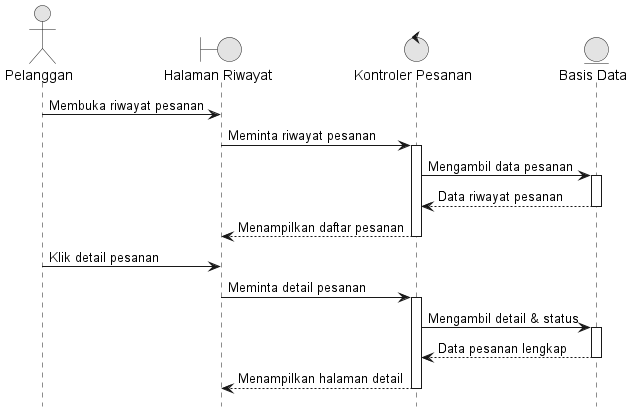
Before: docs/diagrams/05_Lacak_Pesanan.png, a diagram exported from PlantUML (Reyonl/project_TA).
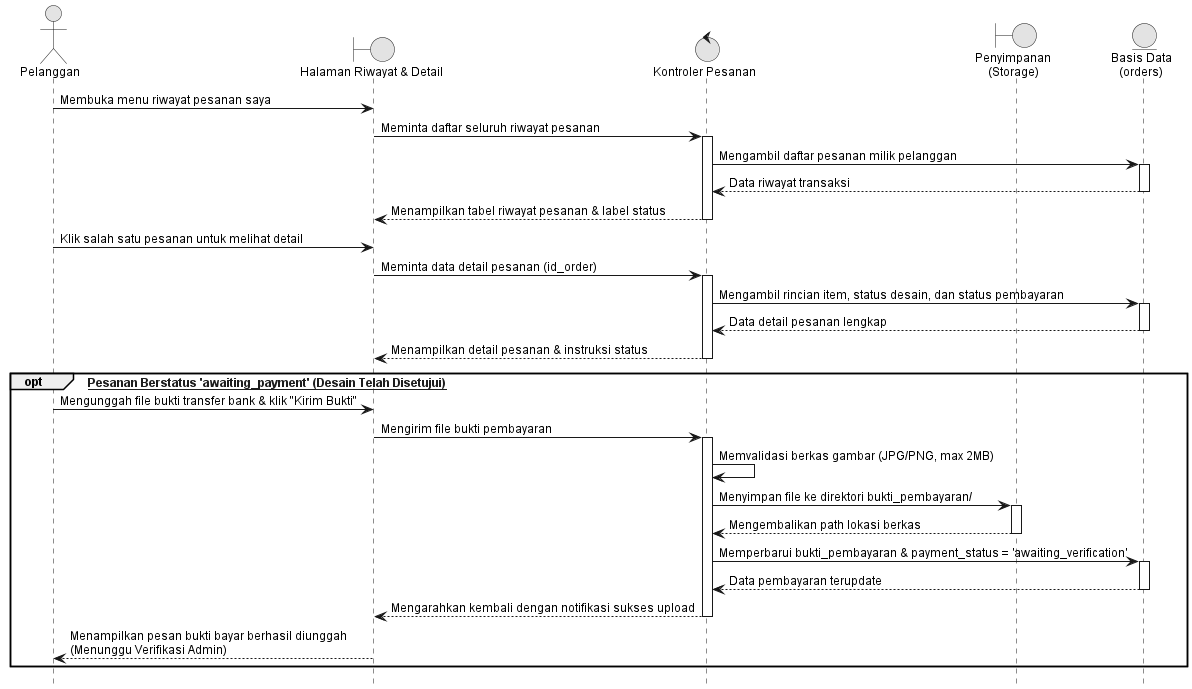
The same diagram one commit later.

Diff of the diagram source:
```diff
@@ -1,30 +1,52 @@
 @startuml 05_Lacak_Pesanan
 hide footbox
+skinparam backgroundColor white
 skinparam monochrome true
 skinparam shadowing false
+skinparam DefaultFontName Arial
+skinparam DefaultFontSize 12
 
 actor "Pelanggan" as Customer
-boundary "Halaman Riwayat" as View
+boundary "Halaman Riwayat & Detail" as View
 control "Kontroler Pesanan" as Controller
-entity "Basis Data" as DB
+boundary "Penyimpanan\n(Storage)" as Storage
+entity "Basis Data\n(orders)" as DB
 
-Customer -> View : Membuka riwayat pesanan
-View -> Controller : Meminta riwayat pesanan
+Customer -> View : Membuka menu riwayat pesanan saya
+View -> Controller : Meminta daftar seluruh riwayat pesanan
 activate Controller
-Controller -> DB : Mengambil data pesanan
+Controller -> DB : Mengambil daftar pesanan milik pelanggan
 activate DB
-DB --> Controller : Data riwayat pesanan
+DB --> Controller : Data riwayat transaksi
 deactivate DB
-Controller --> View : Menampilkan daftar pesanan
+Controller --> View : Menampilkan tabel riwayat pesanan & label status
 deactivate Controller
 
-Customer -> View : Klik detail pesanan
-View -> Controller : Meminta detail pesanan
+Customer -> View : Klik salah satu pesanan untuk melihat detail
+View -> Controller : Meminta data detail pesanan (id_order)
 activate Controller
-Controller -> DB : Mengambil detail & status
+Controller -> DB : Mengambil rincian item, status desain, dan status pembayaran
 activate DB
-DB --> Controller : Data pesanan lengkap
+DB --> Controller : Data detail pesanan lengkap
 deactivate DB
-Controller --> View : Menampilkan halaman detail
+Controller --> View : Menampilkan detail pesanan & instruksi status
 deactivate Controller
+
+opt [Kondisi: Pesanan Berstatus 'awaiting_payment' (Desain Telah Disetujui)]
+    Customer -> View : Mengunggah file bukti transfer bank & klik "Kirim Bukti"
+    View -> Controller : Mengirim file bukti pembayaran
+    activate Controller
+    Controller -> Controller : Memvalidasi berkas gambar (JPG/PNG, max 2MB)
+    Controller -> Storage : Menyimpan file ke direktori bukti_pembayaran/
+    activate Storage
+    Storage --> Controller : Mengembalikan path lokasi berkas
+    deactivate Storage
+    Controller -> DB : Memperbarui bukti_pembayaran & payment_status = 'awaiting_verification'
+    activate DB
+    DB --> Controller : Data pembayaran terupdate
+    deactivate DB
+    Controller --> View : Mengarahkan kembali dengan notifikasi sukses upload
+    deactivate Controller
+    View --> Customer : Menampilkan pesan bukti bayar berhasil diunggah\n(Menunggu Verifikasi Admin)
+end
 @enduml
```
